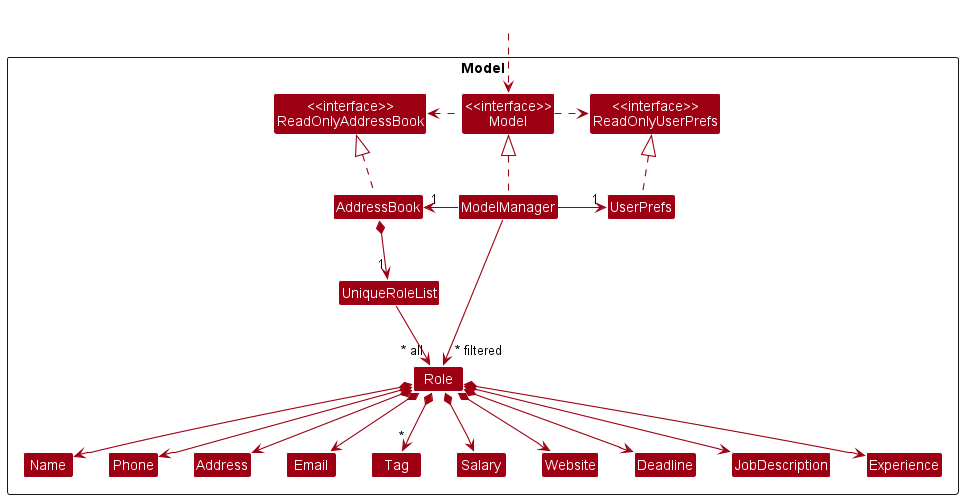
Before: docs/images/ModelClassDiagram.png, a diagram exported from PlantUML (nus-cs2103-AY2223S2/tp).
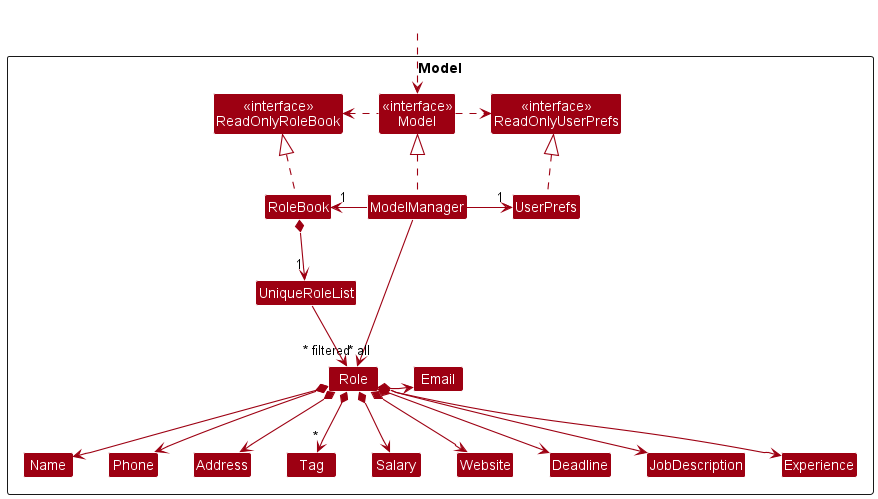
The same diagram one commit later.

Change to the diagram source:
```diff
@@ -5,10 +5,10 @@
 skinparam classBackgroundColor MODEL_COLOR
 
 Package Model <<Rectangle>>{
-Class "<<interface>>\nReadOnlyAddressBook" as ReadOnlyAddressBook
+Class "<<interface>>\nReadOnlyRoleBook" as ReadOnlyRoleBook
 Class "<<interface>>\nReadOnlyUserPrefs" as ReadOnlyUserPrefs
-Class "<<interface>>\nModel" as Model
-Class AddressBook
+Class "<<interface>>\nModel" as Model2
+Class RoleBook
 Class ModelManager
 Class UserPrefs
 
@@ -28,19 +28,19 @@
 }
 
 Class HiddenOutside #FFFFFF
-HiddenOutside ..> Model
+HiddenOutside ..> Model2
 
-AddressBook .up.|> ReadOnlyAddressBook
+RoleBook .up.|> ReadOnlyRoleBook
 
-ModelManager .up.|> Model
-Model .right.> ReadOnlyUserPrefs
-Model .left.> ReadOnlyAddressBook
-ModelManager -left-> "1" AddressBook
+ModelManager .up.|> Model2
+Model2 .right.> ReadOnlyUserPrefs
+Model2 .left.> ReadOnlyRoleBook
+ModelManager -left-> "1" RoleBook
 ModelManager -right-> "1" UserPrefs
 UserPrefs .up.|> ReadOnlyUserPrefs
 
-AddressBook *--> "1" UniqueRoleList
-UniqueRoleList --> "~* all" Role
+RoleBook *--> "1" UniqueRoleList
+
 Role *--> Name
 Role *--> Phone
 Role *--> Email
@@ -53,8 +53,9 @@
 Role *--> Experience
 
 Name -[hidden]right-> Phone
-Phone -[hidden]right-> Address
-Address -[hidden]right-> Email
+Phone -[hidden]right-> Role
+Role -[hidden]right-> Email
 
 ModelManager -->"~* filtered" Role
+UniqueRoleList --> "~* all" Role
 @enduml
```
